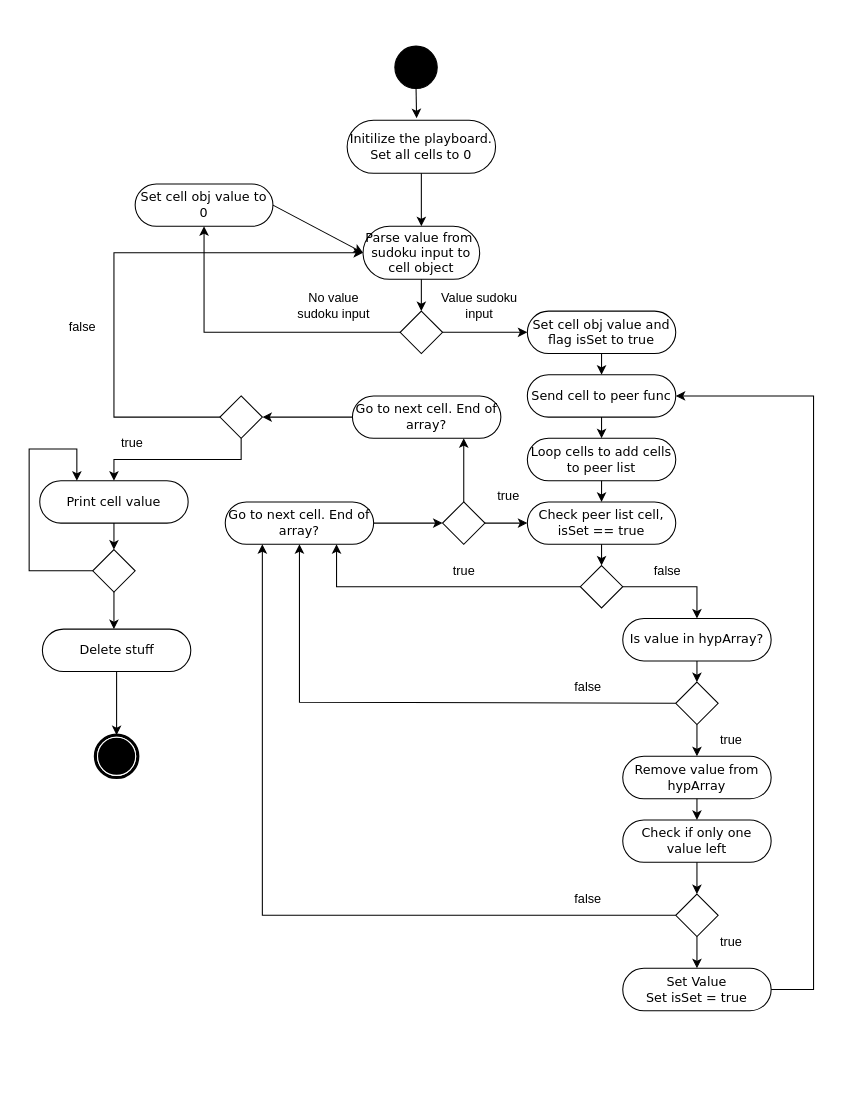
Jgran81/Assignments keeps this draw.io diagram as Sudoku_Act-Diagram.drawio. Above is the earlier version. Source tidied: cells renumbered, new cells numbered last; positions are measured from the earlier drawing's top-left corner, leaving out a move shared by most shapes. Both pictures are drawn from the tidied source at 106%, with x=0, y=0 at pixel (18, 35).
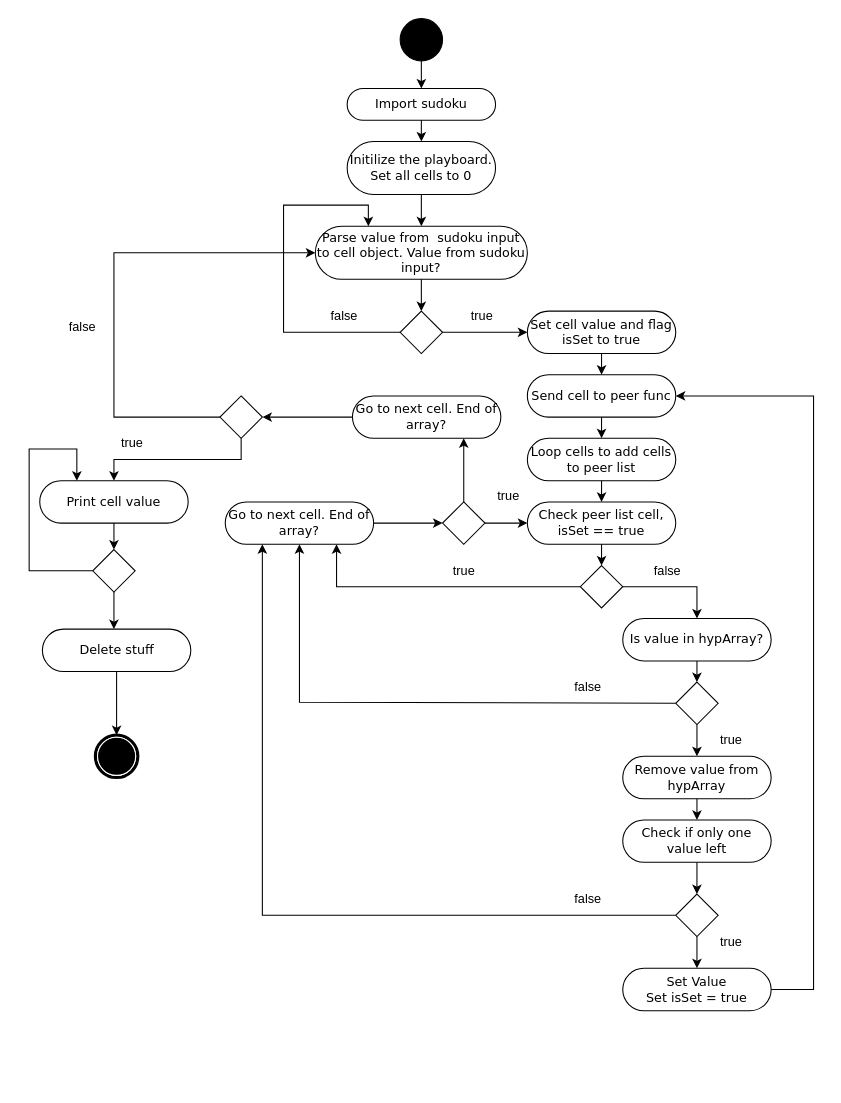
After the change.

The change refers to these unchanged cells:
```xml
<mxCell id="3" style="swimlane;html=1;startSize=20;strokeColor=none;fillColor=none;" parent="2" vertex="1">
  <mxGeometry y="20" width="250" height="970" as="geometry" />
</mxCell>
<mxCell id="6" style="rhombus;whiteSpace=wrap;html=1;" parent="3" vertex="1">
  <mxGeometry x="190" y="320" width="40" height="40" as="geometry" />
</mxCell>
<mxCell id="16" style="swimlane;html=1;startSize=20;strokeColor=none;fillColor=none;" parent="2" vertex="1">
  <mxGeometry x="250" y="20" width="250" height="970" as="geometry" />
</mxCell>
<mxCell id="21" style="rhombus;whiteSpace=wrap;html=1;" parent="16" vertex="1">
  <mxGeometry x="110" y="240" width="40" height="40" as="geometry" />
</mxCell>
<mxCell id="27" value="Go to next cell. End of array?" style="rounded=1;whiteSpace=wrap;html=1;shadow=0;comic=0;labelBackgroundColor=none;strokeWidth=1;fontFamily=Verdana;fontSize=12;align=center;arcSize=50;" parent="16" vertex="1">
  <mxGeometry x="-55" y="420" width="140" height="40" as="geometry" />
</mxCell>
<mxCell id="29" style="rhombus;whiteSpace=wrap;html=1;" parent="16" vertex="1">
  <mxGeometry x="150" y="420" width="40" height="40" as="geometry" />
</mxCell>
<mxCell id="33" value="Go to next cell. End of array?" style="rounded=1;whiteSpace=wrap;html=1;shadow=0;comic=0;labelBackgroundColor=none;strokeWidth=1;fontFamily=Verdana;fontSize=12;align=center;arcSize=50;" parent="16" vertex="1">
  <mxGeometry x="65" y="320" width="140" height="40" as="geometry" />
</mxCell>
<mxCell id="48" value="Check peer list cell, isSet == true" style="rounded=1;whiteSpace=wrap;html=1;shadow=0;comic=0;labelBackgroundColor=none;strokeWidth=1;fontFamily=Verdana;fontSize=12;align=center;arcSize=50;" parent="42" vertex="1">
  <mxGeometry x="-20" y="420" width="140" height="40" as="geometry" />
</mxCell>
<mxCell id="49" style="rhombus;whiteSpace=wrap;html=1;" parent="42" vertex="1">
  <mxGeometry x="30" y="480" width="40" height="40" as="geometry" />
</mxCell>
<mxCell id="55" style="rhombus;whiteSpace=wrap;html=1;" parent="42" vertex="1">
  <mxGeometry x="120" y="590" width="40" height="40" as="geometry" />
</mxCell>
<mxCell id="62" style="rhombus;whiteSpace=wrap;html=1;" parent="42" vertex="1">
  <mxGeometry x="120" y="790" width="40" height="40" as="geometry" />
</mxCell>
```

Diff of the diagram source:
```diff
@@
-    <mxCell id="2" style="swimlane;html=1;startSize=20;rounded=0;shadow=0;comic=0;labelBackgroundColor=none;strokeWidth=1;fontFamily=Verdana;fontSize=12;align=center;strokeColor=none;fillColor=none;" parent="1" vertex="1">
+    <mxCell id="2" style="swimlane;html=1;startSize=20;rounded=0;shadow=0;comic=0;labelBackgroundColor=none;strokeWidth=1;fontFamily=Verdana;fontSize=12;align=center;strokeColor=none;fillColor=none;swimlaneLine=0;" parent="1" vertex="1">
       <mxGeometry width="750" height="990" as="geometry" />
     </mxCell>
@@
-    <mxCell id="4" value="Set cell obj value to 0" style="rounded=1;whiteSpace=wrap;html=1;shadow=0;comic=0;labelBackgroundColor=none;strokeWidth=1;fontFamily=Verdana;fontSize=12;align=center;arcSize=50;" parent="3" vertex="1">
-      <mxGeometry x="110" y="120" width="130" height="40" as="geometry" />
-    </mxCell>
@@
+    <mxCell id="36" style="endArrow=classic;html=1;rounded=0;exitX=0;exitY=0.5;exitDx=0;exitDy=0;entryX=0.75;entryY=1;entryDx=0;entryDy=0;" parent="2" edge="1" source="49" target="27">
+      <mxGeometry relative="1" as="geometry">
+        <Array as="points">
+          <mxPoint x="300" y="520" />
+        </Array>
+      </mxGeometry>
+    </mxCell>
+    <mxCell id="37" style="endArrow=classic;html=1;rounded=0;exitX=0;exitY=0.5;exitDx=0;exitDy=0;entryX=0.5;entryY=1;entryDx=0;entryDy=0;" parent="2" edge="1" source="55" target="27">
+      <mxGeometry relative="1" as="geometry">
+        <Array as="points">
+          <mxPoint x="265" y="629" />
+        </Array>
+      </mxGeometry>
+    </mxCell>
+    <mxCell id="38" style="endArrow=classic;html=1;rounded=0;exitX=0;exitY=0.5;exitDx=0;exitDy=0;entryX=0.25;entryY=1;entryDx=0;entryDy=0;" parent="2" edge="1" source="62" target="27">
+      <mxGeometry relative="1" as="geometry">
+        <Array as="points">
+          <mxPoint x="230" y="830" />
+        </Array>
+      </mxGeometry>
+    </mxCell>
+    <mxCell id="39" style="endArrow=classic;html=1;rounded=0;exitX=1;exitY=0.5;exitDx=0;exitDy=0;entryX=0;entryY=0.5;entryDx=0;entryDy=0;" parent="2" edge="1" source="29" target="48">
+      <mxGeometry relative="1" as="geometry" />
+    </mxCell>
+    <mxCell id="40" style="endArrow=classic;html=1;rounded=0;exitX=0;exitY=0.5;exitDx=0;exitDy=0;entryX=1;entryY=0.5;entryDx=0;entryDy=0;" parent="2" edge="1" source="33" target="6">
+      <mxGeometry relative="1" as="geometry" />
+    </mxCell>
+    <mxCell id="41" style="endArrow=classic;html=1;rounded=0;entryX=0;entryY=0.5;entryDx=0;entryDy=0;exitX=0;exitY=0.5;exitDx=0;exitDy=0;" parent="2" edge="1" source="6" target="20">
+      <mxGeometry relative="1" as="geometry">
+        <Array as="points">
+          <mxPoint x="90" y="360" />
+          <mxPoint x="90" y="205" />
+        </Array>
+      </mxGeometry>
+    </mxCell>
@@
-    <mxCell id="17" style="edgeStyle=orthogonalEdgeStyle;rounded=0;jettySize=auto;html=1;exitX=0.5;exitY=1;exitDx=0;exitDy=0;entryX=0.468;entryY=-0.039;entryDx=0;entryDy=0;entryPerimeter=0;" parent="16" edge="1" source="18" target="19">
-      <mxGeometry relative="1" as="geometry" />
-    </mxCell>
     <mxCell id="18" style="ellipse;whiteSpace=wrap;html=1;rounded=0;shadow=0;comic=0;labelBackgroundColor=none;strokeWidth=1;fillColor=#000000;fontFamily=Verdana;fontSize=12;align=center;" parent="16" vertex="1">
-      <mxGeometry x="105" y="-10" width="40" height="40" as="geometry" />
+      <mxGeometry x="110" y="-36" width="40" height="40" as="geometry" />
     </mxCell>
     <mxCell id="19" value="Initilize the playboard. Set all cells to 0" style="rounded=1;whiteSpace=wrap;html=1;shadow=0;comic=0;labelBackgroundColor=none;strokeWidth=1;fontFamily=Verdana;fontSize=12;align=center;arcSize=50;" parent="16" vertex="1">
-      <mxGeometry x="60" y="60" width="140" height="50" as="geometry" />
+      <mxGeometry x="60" y="80" width="140" height="50" as="geometry" />
     </mxCell>
-    <mxCell id="20" value="Parse value from&amp;nbsp; sudoku input to cell object" style="rounded=1;whiteSpace=wrap;html=1;shadow=0;comic=0;labelBackgroundColor=none;strokeWidth=1;fontFamily=Verdana;fontSize=12;align=center;arcSize=50;" parent="16" vertex="1">
-      <mxGeometry x="75" y="160" width="110" height="50" as="geometry" />
+    <mxCell id="20" value="Parse value from&amp;nbsp; sudoku input to cell object. Value from sudoku input?" style="rounded=1;whiteSpace=wrap;html=1;shadow=0;comic=0;labelBackgroundColor=none;strokeWidth=1;fontFamily=Verdana;fontSize=12;align=center;arcSize=50;" parent="16" vertex="1">
+      <mxGeometry x="30" y="160" width="200" height="50" as="geometry" />
     </mxCell>
@@
-    <mxCell id="22" value="No value sudoku input" style="text;html=1;strokeColor=none;fillColor=none;align=center;verticalAlign=middle;whiteSpace=wrap;rounded=0;" parent="16" vertex="1">
-      <mxGeometry x="10" y="220" width="75" height="30" as="geometry" />
-    </mxCell>
@@
-    <mxCell id="26" value="Value sudoku input" style="text;html=1;strokeColor=none;fillColor=none;align=center;verticalAlign=middle;whiteSpace=wrap;rounded=0;" parent="16" vertex="1">
-      <mxGeometry x="145" y="220" width="80" height="30" as="geometry" />
-    </mxCell>
@@
-    <mxCell id="34" style="endArrow=classic;html=1;rounded=0;exitX=0;exitY=0.5;exitDx=0;exitDy=0;entryX=0.5;entryY=1;entryDx=0;entryDy=0;" parent="2" edge="1" source="21" target="4">
+    <mxCell id="34" style="endArrow=classic;html=1;rounded=0;exitX=0;exitY=0.5;exitDx=0;exitDy=0;entryX=0.25;entryY=0;entryDx=0;entryDy=0;" parent="16" edge="1" source="21" target="20">
       <mxGeometry relative="1" as="geometry">
         <Array as="points">
-          <mxPoint x="175" y="280" />
-          <mxPoint x="175" y="250" />
+          <mxPoint y="260" />
+          <mxPoint y="140" />
+          <mxPoint x="80" y="140" />
         </Array>
       </mxGeometry>
     </mxCell>
-    <mxCell id="35" style="endArrow=classic;html=1;rounded=0;exitX=1;exitY=0.5;exitDx=0;exitDy=0;entryX=0;entryY=0.5;entryDx=0;entryDy=0;" parent="2" edge="1" source="4" target="20">
-      <mxGeometry relative="1" as="geometry" />
-    </mxCell>
-    <mxCell id="36" style="endArrow=classic;html=1;rounded=0;exitX=0;exitY=0.5;exitDx=0;exitDy=0;entryX=0.75;entryY=1;entryDx=0;entryDy=0;" parent="2" edge="1" source="49" target="27">
-      <mxGeometry relative="1" as="geometry">
-        <Array as="points">
-          <mxPoint x="300" y="520" />
-        </Array>
-      </mxGeometry>
-    </mxCell>
-    <mxCell id="37" style="endArrow=classic;html=1;rounded=0;exitX=0;exitY=0.5;exitDx=0;exitDy=0;entryX=0.5;entryY=1;entryDx=0;entryDy=0;" parent="2" edge="1" source="55" target="27">
-      <mxGeometry relative="1" as="geometry">
-        <Array as="points">
-          <mxPoint x="265" y="629" />
-        </Array>
-      </mxGeometry>
-    </mxCell>
-    <mxCell id="38" style="endArrow=classic;html=1;rounded=0;exitX=0;exitY=0.5;exitDx=0;exitDy=0;entryX=0.25;entryY=1;entryDx=0;entryDy=0;" parent="2" edge="1" source="62" target="27">
-      <mxGeometry relative="1" as="geometry">
-        <Array as="points">
-          <mxPoint x="230" y="830" />
-        </Array>
-      </mxGeometry>
-    </mxCell>
-    <mxCell id="39" style="endArrow=classic;html=1;rounded=0;exitX=1;exitY=0.5;exitDx=0;exitDy=0;entryX=0;entryY=0.5;entryDx=0;entryDy=0;" parent="2" edge="1" source="29" target="48">
-      <mxGeometry relative="1" as="geometry" />
-    </mxCell>
-    <mxCell id="40" style="endArrow=classic;html=1;rounded=0;exitX=0;exitY=0.5;exitDx=0;exitDy=0;entryX=1;entryY=0.5;entryDx=0;entryDy=0;" parent="2" edge="1" source="33" target="6">
-      <mxGeometry relative="1" as="geometry" />
-    </mxCell>
-    <mxCell id="41" style="endArrow=classic;html=1;rounded=0;entryX=0;entryY=0.5;entryDx=0;entryDy=0;exitX=0;exitY=0.5;exitDx=0;exitDy=0;" parent="2" edge="1" source="6" target="20">
-      <mxGeometry relative="1" as="geometry">
-        <Array as="points">
-          <mxPoint x="90" y="360" />
-          <mxPoint x="90" y="205" />
-        </Array>
-      </mxGeometry>
-    </mxCell>
+    <mxCell id="71" value="Import sudoku" style="rounded=1;whiteSpace=wrap;html=1;shadow=0;comic=0;labelBackgroundColor=none;strokeWidth=1;fontFamily=Verdana;fontSize=12;align=center;arcSize=50;" parent="16" vertex="1">
+      <mxGeometry x="60" y="30" width="140" height="30" as="geometry" />
+    </mxCell>
+    <mxCell id="72" style="endArrow=classic;html=1;rounded=0;exitX=0.5;exitY=1;exitDx=0;exitDy=0;entryX=0.5;entryY=0;entryDx=0;entryDy=0;" parent="16" edge="1" source="18" target="71">
+      <mxGeometry relative="1" as="geometry" />
+    </mxCell>
+    <mxCell id="73" style="endArrow=classic;html=1;rounded=0;exitX=0.5;exitY=1;exitDx=0;exitDy=0;entryX=0.5;entryY=0;entryDx=0;entryDy=0;" parent="16" edge="1" source="71" target="19">
+      <mxGeometry relative="1" as="geometry" />
+    </mxCell>
+    <mxCell id="74" value="true" style="text;html=1;strokeColor=none;fillColor=none;align=center;verticalAlign=middle;whiteSpace=wrap;rounded=0;" parent="16" vertex="1">
+      <mxGeometry x="150" y="230" width="75" height="30" as="geometry" />
+    </mxCell>
+    <mxCell id="75" value="false" style="text;html=1;strokeColor=none;fillColor=none;align=center;verticalAlign=middle;whiteSpace=wrap;rounded=0;" parent="16" vertex="1">
+      <mxGeometry x="20" y="230" width="75" height="30" as="geometry" />
+    </mxCell>
-    <mxCell id="42" style="swimlane;html=1;startSize=20;strokeColor=none;fillColor=none;" parent="2" vertex="1">
+    <mxCell id="42" style="swimlane;html=1;startSize=20;strokeColor=none;fillColor=none;swimlaneLine=0;" parent="2" vertex="1">
       <mxGeometry x="500" y="20" width="250" height="970" as="geometry" />
     </mxCell>
-    <mxCell id="43" value="Set cell obj value and flag isSet to true" style="rounded=1;whiteSpace=wrap;html=1;shadow=0;comic=0;labelBackgroundColor=none;strokeWidth=1;fontFamily=Verdana;fontSize=12;align=center;arcSize=50;" parent="42" vertex="1">
+    <mxCell id="43" value="Set cell value and flag isSet to true" style="rounded=1;whiteSpace=wrap;html=1;shadow=0;comic=0;labelBackgroundColor=none;strokeWidth=1;fontFamily=Verdana;fontSize=12;align=center;arcSize=50;" parent="42" vertex="1">
       <mxGeometry x="-20" y="240" width="140" height="40" as="geometry" />
     </mxCell>
```
